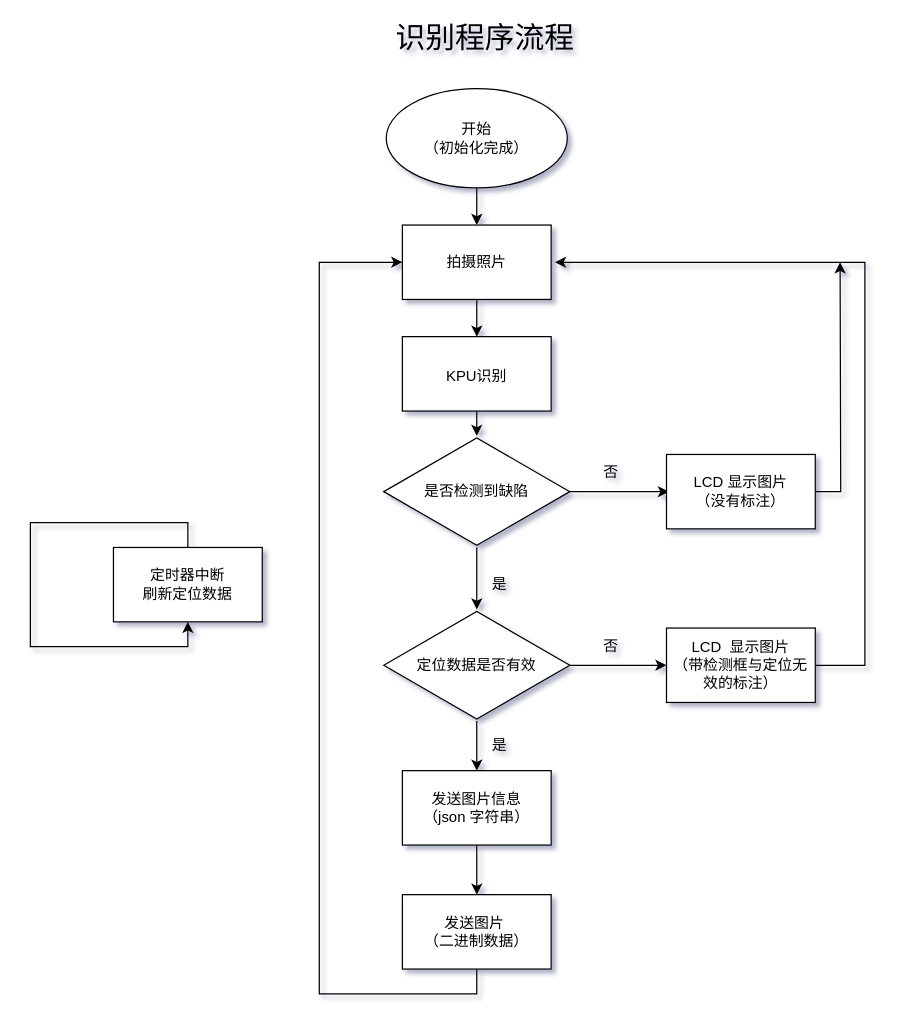
Earlier version of the draw.io diagram Maixpy/detect_process.drawio (hxcl/RoadDamageDetector_K210). Source tidied: cells renumbered, new cells numbered last; positions are measured from the earlier drawing's top-left corner, leaving out a move shared by most shapes. Both pictures are drawn from the tidied source at 124%, with x=0, y=0 at pixel (30, 26).
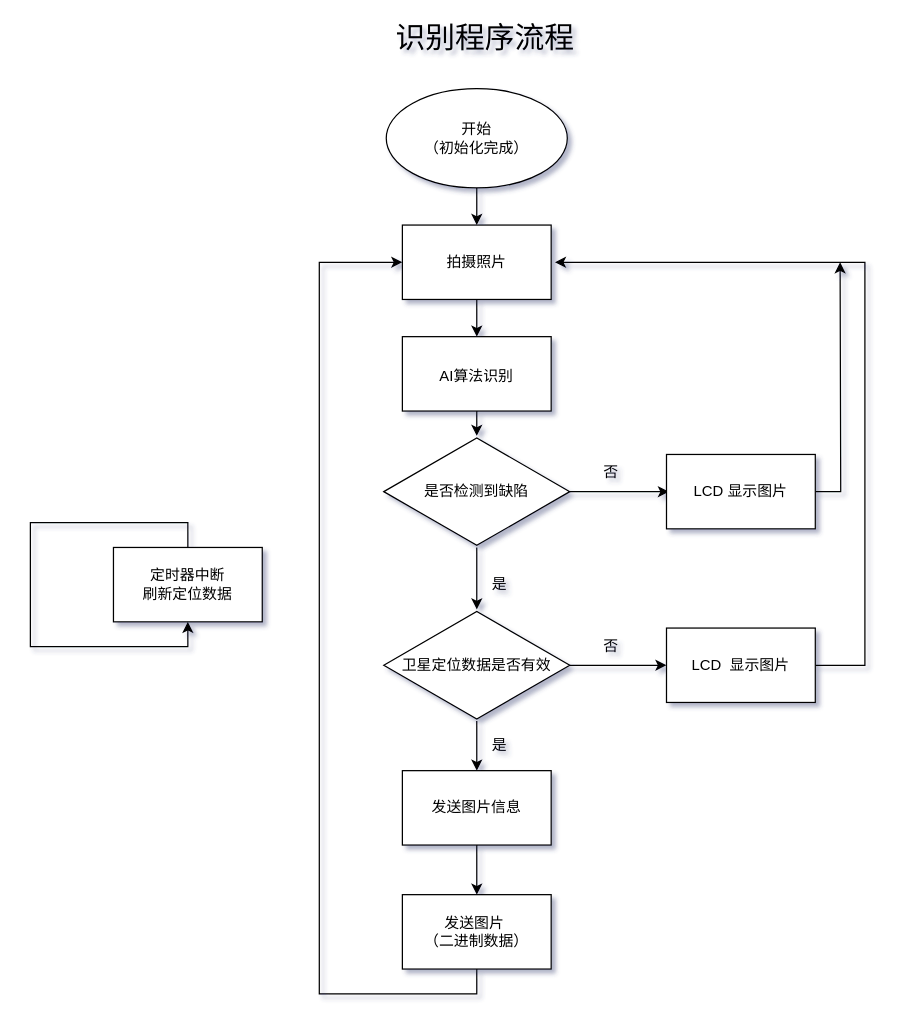
After the change.

Diff of the diagram source:
```diff
@@
-    <mxCell id="8" value="&lt;font style=&quot;font-size: 12px&quot;&gt;KPU识别&lt;/font&gt;" style="rounded=0;whiteSpace=wrap;html=1;fontSize=18;" parent="1" vertex="1">
+    <mxCell id="8" value="&lt;font style=&quot;font-size: 12px&quot;&gt;AI算法识别&lt;/font&gt;" style="rounded=0;whiteSpace=wrap;html=1;fontSize=18;" parent="1" vertex="1">
       <mxGeometry x="300" y="250" width="120" height="60" as="geometry" />
     </mxCell>
@@
-    <mxCell id="14" value="定位数据是否有效" style="html=1;whiteSpace=wrap;shape=isoRectangle;" parent="1" vertex="1">
+    <mxCell id="14" value="卫星定位数据是否有效" style="html=1;whiteSpace=wrap;shape=isoRectangle;" parent="1" vertex="1">
       <mxGeometry x="285" y="470" width="150" height="90" as="geometry" />
     </mxCell>
@@
-    <mxCell id="16" value="LCD 显示图片&lt;br&gt;（没有标注）" style="rounded=0;whiteSpace=wrap;html=1;" parent="1" vertex="1">
+    <mxCell id="16" value="LCD 显示图片" style="rounded=0;whiteSpace=wrap;html=1;" parent="1" vertex="1">
       <mxGeometry x="513" y="345" width="120" height="60" as="geometry" />
     </mxCell>
@@
-    <mxCell id="20" value="LCD&amp;nbsp; 显示图片&lt;br&gt;（带检测框与定位无效的标注）" style="rounded=0;whiteSpace=wrap;html=1;" parent="1" vertex="1">
+    <mxCell id="20" value="LCD&amp;nbsp; 显示图片" style="rounded=0;whiteSpace=wrap;html=1;" parent="1" vertex="1">
       <mxGeometry x="513" y="485" width="120" height="60" as="geometry" />
     </mxCell>
@@
-    <mxCell id="22" value="发送图片信息 &lt;br&gt;（json 字符串）" style="rounded=0;whiteSpace=wrap;html=1;" parent="1" vertex="1">
+    <mxCell id="22" value="发送图片信息" style="rounded=0;whiteSpace=wrap;html=1;" parent="1" vertex="1">
       <mxGeometry x="300" y="600" width="120" height="60" as="geometry" />
     </mxCell>
```
